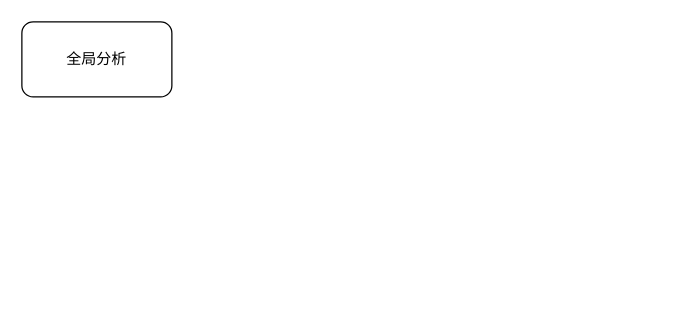
Above: DDD整体工作框架.drawio in ProgrammerLZ/drawio (draw.io), before the change. Source tidied: cells renumbered, new cells numbered last; positions are measured from the earlier drawing's top-left corner, leaving out a move shared by most shapes. Both pictures are drawn from the tidied source at 125%, with x=0, y=0 at pixel (21, 21).
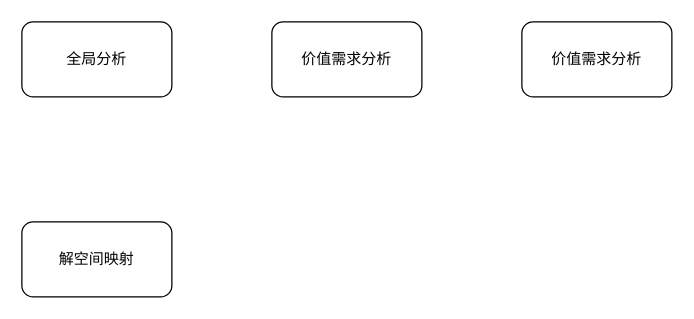
The same diagram, later.

Commit message (it also covers changes not shown here):
更新DDD整体工作框架.drawio

Diff of the diagram source:
```diff
@@
 <mxGraphModel>
   <root>
     <mxCell id="0" />
     <mxCell id="1" parent="0" />
     <mxCell id="2" value="全局分析" style="rounded=1;whiteSpace=wrap;html=1;" parent="1" vertex="1">
       <mxGeometry width="120" height="60" as="geometry" />
     </mxCell>
+    <mxCell id="3" value="解空间映射" style="rounded=1;whiteSpace=wrap;html=1;" parent="1" vertex="1">
+      <mxGeometry y="160" width="120" height="60" as="geometry" />
+    </mxCell>
+    <mxCell id="4" value="价值需求分析" style="rounded=1;whiteSpace=wrap;html=1;" parent="1" vertex="1">
+      <mxGeometry x="200" width="120" height="60" as="geometry" />
+    </mxCell>
+    <mxCell id="5" value="价值需求分析" style="rounded=1;whiteSpace=wrap;html=1;" parent="1" vertex="1">
+      <mxGeometry x="400" width="120" height="60" as="geometry" />
+    </mxCell>
   </root>
 </mxGraphModel>
```
